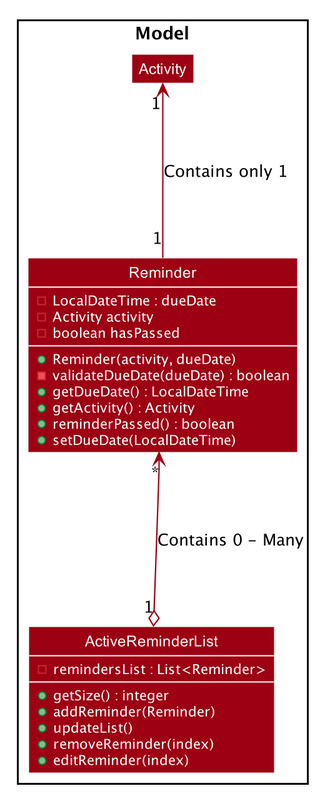
nus-cs2103-AY1920S2/addressbook-level3 keeps this PlantUML diagram as docs/images/AddReminderClassDiagram.png. Above is the earlier version. Source of this version:
```plantuml
@startuml








skinparam BackgroundColor #FFFFFFF

skinparam Shadowing false

skinparam Class {
    FontColor #FFFFFF
    BorderThickness 1
    BorderColor #FFFFFF
    StereotypeFontColor #FFFFFF
    FontName Arial
}

skinparam Actor {
    BorderColor #000000
    Color #000000
    FontName Arial
}

skinparam Sequence {
    MessageAlign center
    BoxFontSize 15
    BoxPadding 0
    BoxFontColor #FFFFFF
    FontName Arial
}

skinparam Participant {
    FontColor #FFFFFFF
    Padding 20
}

skinparam MinClassWidth 50
skinparam ParticipantPadding 10
skinparam Shadowing false
skinparam DefaultTextAlignment center
skinparam packageStyle Rectangle

hide footbox
hide members
hide circle
skinparam arrowThickness 1.1
skinparam arrowColor #9D0012
skinparam classBackgroundColor #9D0012
skinparam ClassAttributeFontColor WHITE

show attributes
show methods

hide empty members

package Model {
    class Reminder {
         - LocalDateTime : dueDate
         - Activity activity
         - boolean hasPassed
         + Reminder(activity, dueDate)
         - validateDueDate(dueDate) : boolean
         + getDueDate() : LocalDateTime
         + getActivity() : Activity
         + reminderPassed() : boolean
         + setDueDate(LocalDateTime)
    }
    class Activity
    class ActiveReminderList {
        - remindersList : List<Reminder>
        + getSize() : integer
        + addReminder(Reminder)
        + updateList()
        + removeReminder(index)
        + editReminder(index)
    }
Reminder "*" <--o "1" ActiveReminderList : Contains 0 - Many
Activity "1" <-- "1" Reminder : Contains only 1
}
@enduml
```
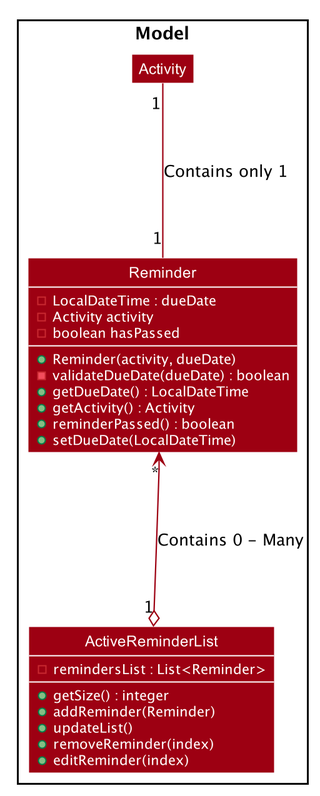
The same file after the commit.

Commit message:
Corrected UML diagrams

The edit, as a diff of the source:
```diff
@@ -54,7 +54,6 @@
 
 show attributes
 show methods
-
 hide empty members
 
 package Model {
@@ -79,6 +78,6 @@
         + editReminder(index)
     }
 Reminder "*" <--o "1" ActiveReminderList : Contains 0 - Many
-Activity "1" <-- "1" Reminder : Contains only 1
+Activity "1" -- "1" Reminder : Contains only 1
 }
 @enduml
```
